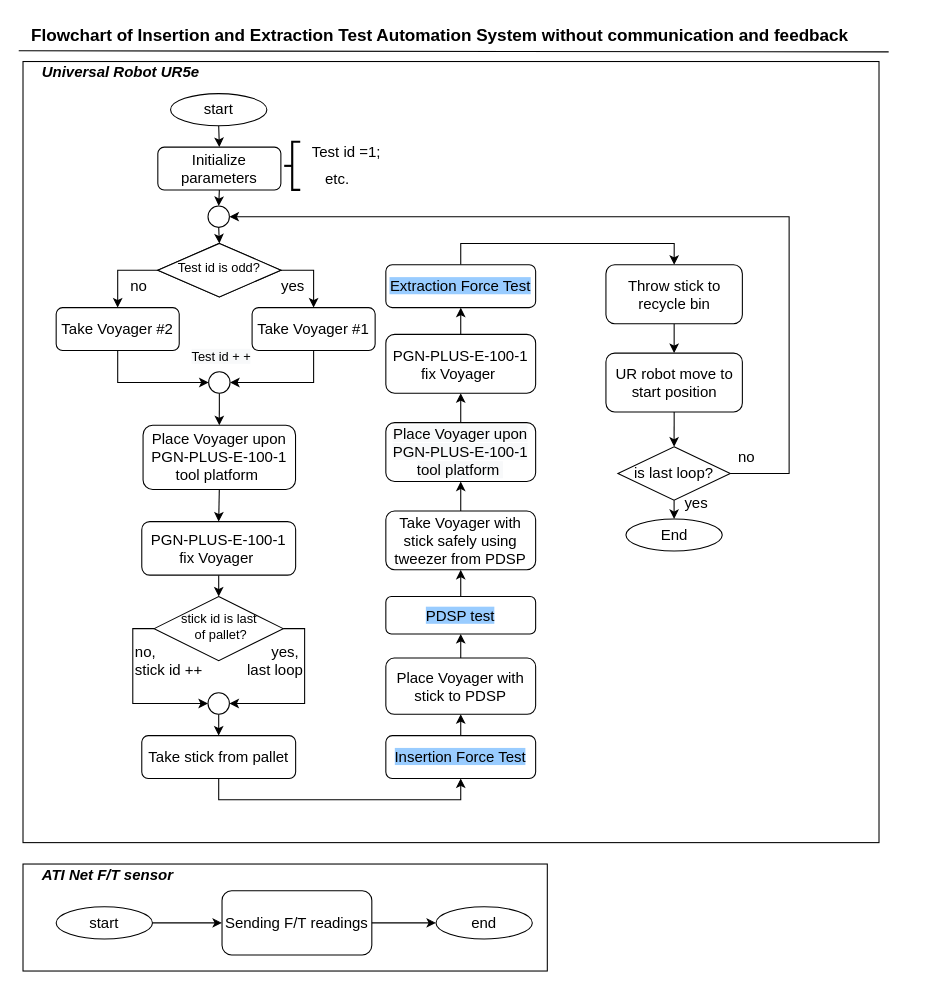
Before: Previous automation system flowchart.drawio in VolcanHuang/Project_Demo, a draw.io diagram. Source tidied: cells renumbered, new cells numbered last; positions are measured from the earlier drawing's top-left corner, leaving out a move shared by most shapes. Both pictures are drawn from the tidied source at 107%, with x=0, y=0 at pixel (18, 18).
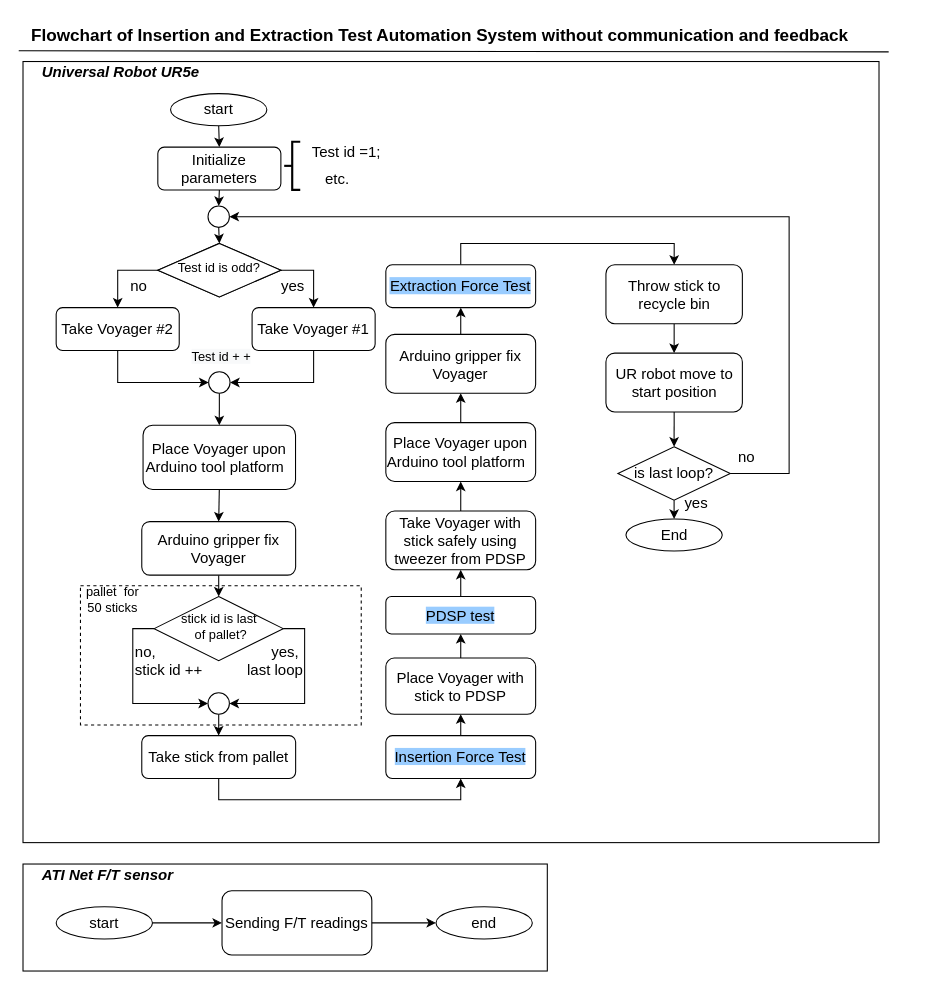
Above is the later version.

Change to the diagram source:
```diff
@@
+    <mxCell id="72" style="rounded=0;whiteSpace=wrap;html=1;dashed=1;" parent="1" vertex="1">
+      <mxGeometry x="57.7" y="530" width="262.4" height="130" as="geometry" />
+    </mxCell>
@@
-    <mxCell id="17" value="Place Voyager upon PGN-PLUS-E-100-1 tool platform&amp;nbsp;" style="rounded=1;whiteSpace=wrap;html=1;fontSize=14;align=center;" parent="1" vertex="1">
+    <mxCell id="17" value="Place Voyager upon Arduino tool platform&amp;nbsp;&amp;nbsp;" style="rounded=1;whiteSpace=wrap;html=1;fontSize=14;align=center;" parent="1" vertex="1">
       <mxGeometry x="116.2" y="380" width="142.5" height="60" as="geometry" />
     </mxCell>
@@
-    <mxCell id="22" value="PGN-PLUS-E-100-1 fix Voyager&amp;nbsp;" style="rounded=1;whiteSpace=wrap;html=1;fontSize=14;align=center;" parent="1" vertex="1">
+    <mxCell id="22" value="Arduino gripper fix Voyager" style="rounded=1;whiteSpace=wrap;html=1;fontSize=14;align=center;" parent="1" vertex="1">
       <mxGeometry x="115" y="470" width="143.8" height="50" as="geometry" />
     </mxCell>
@@
-    <mxCell id="63" value="&#10;&#10;&lt;span style=&quot;color: rgb(0, 0, 0); font-family: helvetica; font-size: 14px; font-style: normal; font-weight: 400; letter-spacing: normal; text-align: center; text-indent: 0px; text-transform: none; word-spacing: 0px; background-color: rgb(248, 249, 250); display: inline; float: none;&quot;&gt;Place Voyager upon PGN-PLUS-E-100-1 tool platform&amp;nbsp;&lt;/span&gt;&#10;&#10;" style="rounded=1;whiteSpace=wrap;html=1;fontSize=14;align=center;" parent="1" vertex="1">
+    <mxCell id="63" value="Place Voyager upon Arduino tool platform&amp;nbsp;&amp;nbsp;" style="rounded=1;whiteSpace=wrap;html=1;fontSize=14;align=center;" parent="1" vertex="1">
       <mxGeometry x="343.1" y="377.5" width="140" height="55" as="geometry" />
     </mxCell>
@@
-    <mxCell id="65" value="PGN-PLUS-E-100-1 fix Voyager&amp;nbsp;" style="rounded=1;whiteSpace=wrap;html=1;fontSize=14;align=center;" parent="1" vertex="1">
+    <mxCell id="65" value="Arduino gripper fix Voyager" style="rounded=1;whiteSpace=wrap;html=1;fontSize=14;align=center;" parent="1" vertex="1">
       <mxGeometry x="343.1" y="295" width="140" height="55" as="geometry" />
     </mxCell>
@@
+    <mxCell id="73" value="pallet&amp;nbsp; for 50 sticks" style="text;html=1;strokeColor=none;fillColor=none;align=center;verticalAlign=middle;whiteSpace=wrap;rounded=0;dashed=1;" parent="1" vertex="1">
+      <mxGeometry x="58.6" y="533" width="57.6" height="20" as="geometry" />
+    </mxCell>
```
